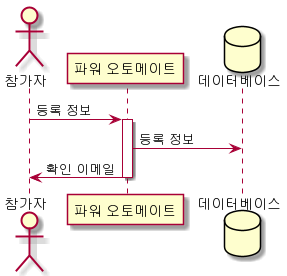
Earlier version of the PlantUML export processes/registration.png (devrel-kr/HackaLearn).
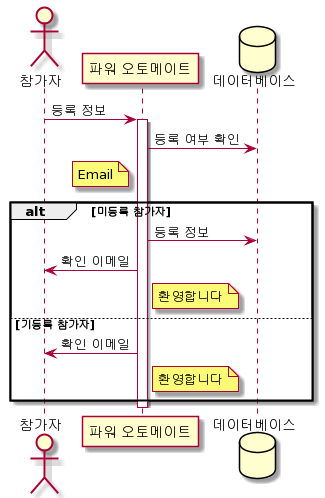
The same file after the commit.

What changed in the source:
```diff
@@ -5,7 +5,21 @@
 
 P -> PA: 등록 정보
 activate PA
-PA -> DB: 등록 정보
-PA -> P: 확인 이메일
+PA -> DB: 등록 여부 확인
+note left of PA
+    Email
+end note
+alt 미등록 참가자
+    PA -> DB: 등록 정보
+    PA -> P: 확인 이메일
+    note right PA
+        환영합니다
+    end note
+else 기등록 참가자
+    PA -> P: 확인 이메일
+    note right PA
+        환영합니다
+    end note
+end
 deactivate PA
 @enduml
```
